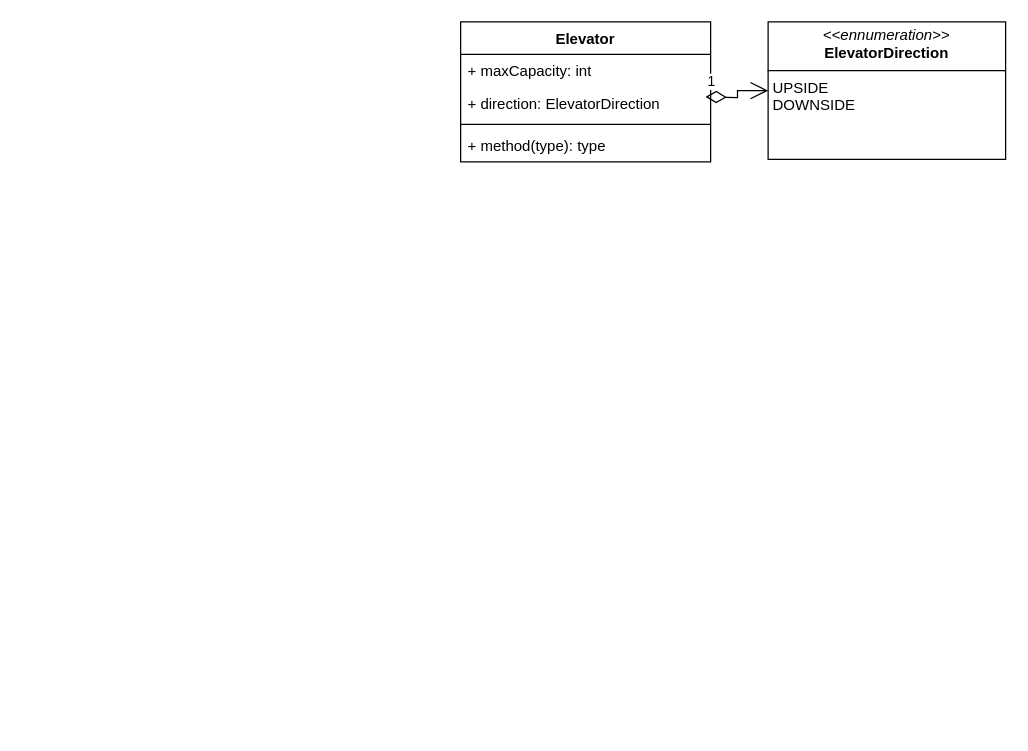
Earlier version of the draw.io diagram Elevator.drawio (MANIKANTAABBURI/ScalerLLD3DrawIO). Source tidied: cells renumbered, new cells numbered last; positions are measured from the earlier drawing's top-left corner, leaving out a move shared by most shapes. Both pictures are drawn from the tidied source at 125%, with x=0, y=0 at pixel (460, 21).
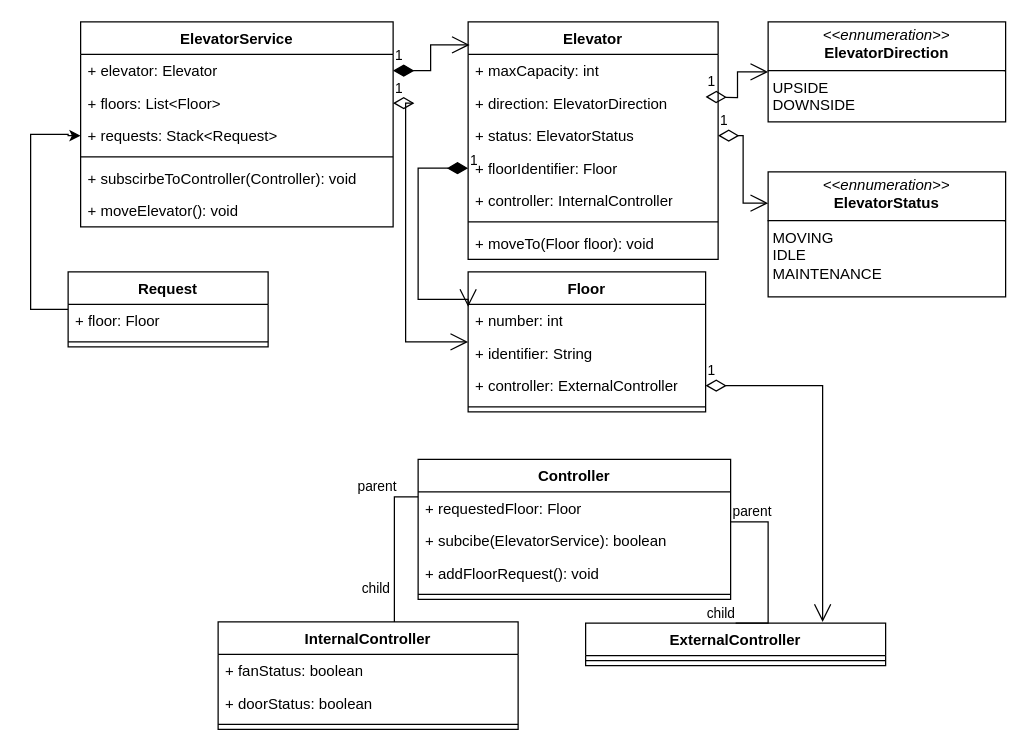
After the change.

Change to the diagram source:
```diff
@@
     <mxCell id="2" value="Elevator" style="swimlane;fontStyle=1;align=center;verticalAlign=top;horizontal=1;startSize=26;whiteSpace=wrap;html=1;" parent="1" vertex="1">
-      <mxGeometry width="200" height="112" as="geometry" />
+      <mxGeometry x="6" width="200" height="190" as="geometry" />
     </mxCell>
@@
+    <mxCell id="9" value="+ status: ElevatorStatus" style="text;strokeColor=none;fillColor=none;align=left;verticalAlign=top;spacingLeft=4;spacingRight=4;overflow=hidden;points=[[0,0.5],[1,0.5]];portConstraint=eastwest;whiteSpace=wrap;html=1;" parent="2" vertex="1">
+      <mxGeometry y="78" width="200" height="26" as="geometry" />
+    </mxCell>
+    <mxCell id="10" value="+ floorIdentifier: Floor" style="text;strokeColor=none;fillColor=none;align=left;verticalAlign=top;spacingLeft=4;spacingRight=4;overflow=hidden;points=[[0,0.5],[1,0.5]];portConstraint=eastwest;whiteSpace=wrap;html=1;" parent="2" vertex="1">
+      <mxGeometry y="104" width="200" height="26" as="geometry" />
+    </mxCell>
+    <mxCell id="11" value="+ controller: InternalController" style="text;strokeColor=none;fillColor=none;align=left;verticalAlign=top;spacingLeft=4;spacingRight=4;overflow=hidden;whiteSpace=wrap;html=1;" parent="2" vertex="1">
+      <mxGeometry y="130" width="200" height="26" as="geometry" />
+    </mxCell>
     <mxCell id="5" style="line;strokeWidth=1;fillColor=none;align=left;verticalAlign=middle;spacingTop=-1;spacingLeft=3;spacingRight=3;labelPosition=right;strokeColor=inherit;" parent="2" vertex="1">
-      <mxGeometry y="78" width="200" height="8" as="geometry" />
+      <mxGeometry y="156" width="200" height="8" as="geometry" />
     </mxCell>
-    <mxCell id="6" value="+ method(type): type" style="text;strokeColor=none;fillColor=none;align=left;verticalAlign=top;spacingLeft=4;spacingRight=4;overflow=hidden;whiteSpace=wrap;html=1;" parent="2" vertex="1">
-      <mxGeometry y="86" width="200" height="26" as="geometry" />
+    <mxCell id="6" value="+ moveTo(Floor floor): void" style="text;strokeColor=none;fillColor=none;align=left;verticalAlign=top;spacingLeft=4;spacingRight=4;overflow=hidden;whiteSpace=wrap;html=1;" parent="2" vertex="1">
+      <mxGeometry y="164" width="200" height="26" as="geometry" />
     </mxCell>
     <mxCell id="7" value="&lt;p style=&quot;margin:0px;margin-top:4px;text-align:center;&quot;&gt;&lt;i&gt;&amp;lt;&amp;lt;ennumeration&amp;gt;&amp;gt;&lt;/i&gt;&lt;br&gt;&lt;b&gt;ElevatorDirection&lt;/b&gt;&lt;/p&gt;&lt;hr size=&quot;1&quot; style=&quot;border-style:solid;&quot;&gt;&lt;p style=&quot;margin:0px;margin-left:4px;&quot;&gt;UPSIDE&lt;/p&gt;&lt;p style=&quot;margin:0px;margin-left:4px;&quot;&gt;DOWNSIDE&lt;/p&gt;" style="verticalAlign=top;align=left;overflow=fill;html=1;whiteSpace=wrap;" parent="1" vertex="1">
-      <mxGeometry x="246" width="190" height="110" as="geometry" />
+      <mxGeometry x="246" width="190" height="80" as="geometry" />
     </mxCell>
@@
+    <mxCell id="12" value="&lt;p style=&quot;margin:0px;margin-top:4px;text-align:center;&quot;&gt;&lt;i&gt;&amp;lt;&amp;lt;ennumeration&amp;gt;&amp;gt;&lt;/i&gt;&lt;br&gt;&lt;b&gt;ElevatorStatus&lt;/b&gt;&lt;/p&gt;&lt;hr size=&quot;1&quot; style=&quot;border-style:solid;&quot;&gt;&lt;p style=&quot;margin:0px;margin-left:4px;&quot;&gt;MOVING&lt;/p&gt;&lt;p style=&quot;margin:0px;margin-left:4px;&quot;&gt;IDLE&lt;/p&gt;&lt;p style=&quot;margin:0px;margin-left:4px;&quot;&gt;MAINTENANCE&lt;/p&gt;" style="verticalAlign=top;align=left;overflow=fill;html=1;whiteSpace=wrap;" parent="1" vertex="1">
+      <mxGeometry x="246" y="120" width="190" height="100" as="geometry" />
+    </mxCell>
+    <mxCell id="13" value="1" style="endArrow=open;html=1;endSize=12;startArrow=diamondThin;startSize=14;startFill=0;edgeStyle=orthogonalEdgeStyle;align=left;verticalAlign=bottom;rounded=0;entryX=0;entryY=0.25;entryDx=0;entryDy=0;" parent="1" edge="1" source="9" target="12">
+      <mxGeometry x="-1" y="3" relative="1" as="geometry" />
+    </mxCell>
+    <mxCell id="14" value="Floor" style="swimlane;fontStyle=1;align=center;verticalAlign=top;horizontal=1;startSize=26;whiteSpace=wrap;html=1;" parent="1" vertex="1">
+      <mxGeometry x="6" y="200" width="190" height="112" as="geometry" />
+    </mxCell>
+    <mxCell id="15" value="+ number: int" style="text;strokeColor=none;fillColor=none;align=left;verticalAlign=top;spacingLeft=4;spacingRight=4;overflow=hidden;whiteSpace=wrap;html=1;" parent="14" vertex="1">
+      <mxGeometry y="26" width="190" height="26" as="geometry" />
+    </mxCell>
+    <mxCell id="16" value="+ identifier: String" style="text;strokeColor=none;fillColor=none;align=left;verticalAlign=top;spacingLeft=4;spacingRight=4;overflow=hidden;whiteSpace=wrap;html=1;" parent="14" vertex="1">
+      <mxGeometry y="52" width="190" height="26" as="geometry" />
+    </mxCell>
+    <mxCell id="17" value="+ controller: ExternalController" style="text;strokeColor=none;fillColor=none;align=left;verticalAlign=top;spacingLeft=4;spacingRight=4;overflow=hidden;points=[[0,0.5],[1,0.5]];portConstraint=eastwest;whiteSpace=wrap;html=1;" parent="14" vertex="1">
+      <mxGeometry y="78" width="190" height="26" as="geometry" />
+    </mxCell>
+    <mxCell id="18" style="line;strokeWidth=1;fillColor=none;align=left;verticalAlign=middle;spacingTop=-1;spacingLeft=3;spacingRight=3;labelPosition=right;strokeColor=inherit;" parent="14" vertex="1">
+      <mxGeometry y="104" width="190" height="8" as="geometry" />
+    </mxCell>
+    <mxCell id="19" value="1" style="endArrow=open;html=1;endSize=12;startArrow=diamondThin;startSize=14;startFill=1;edgeStyle=orthogonalEdgeStyle;align=left;verticalAlign=bottom;rounded=0;entryX=0;entryY=0.25;entryDx=0;entryDy=0;" parent="1" edge="1" source="10" target="14">
+      <mxGeometry x="-1" y="3" relative="1" as="geometry">
+        <Array as="points">
+          <mxPoint x="-34" y="117" />
+          <mxPoint x="-34" y="222" />
+        </Array>
+      </mxGeometry>
+    </mxCell>
+    <mxCell id="20" value="Controller" style="swimlane;fontStyle=1;align=center;verticalAlign=top;horizontal=1;startSize=26;whiteSpace=wrap;html=1;" parent="1" vertex="1">
+      <mxGeometry x="-34" y="350" width="250" height="112" as="geometry" />
+    </mxCell>
+    <mxCell id="21" value="+ requestedFloor: Floor" style="text;strokeColor=none;fillColor=none;align=left;verticalAlign=top;spacingLeft=4;spacingRight=4;overflow=hidden;whiteSpace=wrap;html=1;" parent="20" vertex="1">
+      <mxGeometry y="26" width="250" height="26" as="geometry" />
+    </mxCell>
+    <mxCell id="22" value="+ subcibe(ElevatorService): boolean" style="text;strokeColor=none;fillColor=none;align=left;verticalAlign=top;spacingLeft=4;spacingRight=4;overflow=hidden;whiteSpace=wrap;html=1;" parent="20" vertex="1">
+      <mxGeometry y="52" width="250" height="26" as="geometry" />
+    </mxCell>
+    <mxCell id="23" value="+ addFloorRequest(): void" style="text;strokeColor=none;fillColor=none;align=left;verticalAlign=top;spacingLeft=4;spacingRight=4;overflow=hidden;whiteSpace=wrap;html=1;" parent="20" vertex="1">
+      <mxGeometry y="78" width="250" height="26" as="geometry" />
+    </mxCell>
+    <mxCell id="24" style="line;strokeWidth=1;fillColor=none;align=left;verticalAlign=middle;spacingTop=-1;spacingLeft=3;spacingRight=3;labelPosition=right;strokeColor=inherit;" parent="20" vertex="1">
+      <mxGeometry y="104" width="250" height="8" as="geometry" />
+    </mxCell>
+    <mxCell id="25" style="endArrow=none;html=1;edgeStyle=orthogonalEdgeStyle;rounded=0;entryX=0.575;entryY=0.009;entryDx=0;entryDy=0;entryPerimeter=0;" parent="1" edge="1" source="20" target="28">
+      <mxGeometry relative="1" as="geometry">
+        <Array as="points">
+          <mxPoint x="-53" y="380" />
+          <mxPoint x="-53" y="481" />
+        </Array>
+      </mxGeometry>
+    </mxCell>
+    <mxCell id="26" value="parent" style="edgeLabel;html=1;align=left;verticalAlign=bottom;" parent="25" vertex="1">
+      <mxGeometry x="-1" relative="1" as="geometry">
+        <mxPoint x="-50" as="offset" />
+      </mxGeometry>
+    </mxCell>
+    <mxCell id="27" value="child" style="edgeLabel;html=1;align=right;verticalAlign=bottom;" parent="25" vertex="1">
+      <mxGeometry x="1" relative="1" as="geometry">
+        <mxPoint y="-20" as="offset" />
+      </mxGeometry>
+    </mxCell>
+    <mxCell id="28" value="InternalController" style="swimlane;fontStyle=1;align=center;verticalAlign=top;horizontal=1;startSize=26;whiteSpace=wrap;html=1;" parent="1" vertex="1">
+      <mxGeometry x="-194" y="480" width="240" height="86" as="geometry" />
+    </mxCell>
+    <mxCell id="29" value="+ fanStatus: boolean" style="text;strokeColor=none;fillColor=none;align=left;verticalAlign=top;spacingLeft=4;spacingRight=4;overflow=hidden;whiteSpace=wrap;html=1;" parent="28" vertex="1">
+      <mxGeometry y="26" width="240" height="26" as="geometry" />
+    </mxCell>
+    <mxCell id="30" value="+ doorStatus: boolean" style="text;strokeColor=none;fillColor=none;align=left;verticalAlign=top;spacingLeft=4;spacingRight=4;overflow=hidden;whiteSpace=wrap;html=1;" parent="28" vertex="1">
+      <mxGeometry y="52" width="240" height="26" as="geometry" />
+    </mxCell>
+    <mxCell id="31" style="line;strokeWidth=1;fillColor=none;align=left;verticalAlign=middle;spacingTop=-1;spacingLeft=3;spacingRight=3;labelPosition=right;strokeColor=inherit;" parent="28" vertex="1">
+      <mxGeometry y="78" width="240" height="8" as="geometry" />
+    </mxCell>
+    <mxCell id="32" value="ExternalController" style="swimlane;fontStyle=1;align=center;verticalAlign=top;horizontal=1;startSize=26;whiteSpace=wrap;html=1;" parent="1" vertex="1">
+      <mxGeometry x="100" y="481" width="240" height="34" as="geometry" />
+    </mxCell>
+    <mxCell id="33" style="line;strokeWidth=1;fillColor=none;align=left;verticalAlign=middle;spacingTop=-1;spacingLeft=3;spacingRight=3;labelPosition=right;strokeColor=inherit;" parent="32" vertex="1">
+      <mxGeometry y="26" width="240" height="8" as="geometry" />
+    </mxCell>
+    <mxCell id="34" style="endArrow=none;html=1;edgeStyle=orthogonalEdgeStyle;rounded=0;entryX=0.5;entryY=0;entryDx=0;entryDy=0;" parent="1" edge="1" source="20" target="32">
+      <mxGeometry relative="1" as="geometry">
+        <Array as="points">
+          <mxPoint x="246" y="400" />
+          <mxPoint x="246" y="481" />
+        </Array>
+      </mxGeometry>
+    </mxCell>
+    <mxCell id="35" value="parent" style="edgeLabel;html=1;align=left;verticalAlign=bottom;" parent="34" vertex="1">
+      <mxGeometry x="-1" relative="1" as="geometry" />
+    </mxCell>
+    <mxCell id="36" value="child" style="edgeLabel;html=1;align=right;verticalAlign=bottom;" parent="34" vertex="1">
+      <mxGeometry x="1" relative="1" as="geometry" />
+    </mxCell>
+    <mxCell id="37" value="1" style="endArrow=open;html=1;endSize=12;startArrow=diamondThin;startSize=14;startFill=0;edgeStyle=orthogonalEdgeStyle;align=left;verticalAlign=bottom;rounded=0;entryX=0.79;entryY=-0.029;entryDx=0;entryDy=0;entryPerimeter=0;" parent="1" edge="1" source="17" target="32">
+      <mxGeometry x="-1" y="3" relative="1" as="geometry" />
+    </mxCell>
+    <mxCell id="38" value="ElevatorService" style="swimlane;fontStyle=1;align=center;verticalAlign=top;horizontal=1;startSize=26;whiteSpace=wrap;html=1;" parent="1" vertex="1">
+      <mxGeometry x="-304" width="250" height="164" as="geometry" />
+    </mxCell>
+    <mxCell id="39" value="+ elevator: Elevator" style="text;strokeColor=none;fillColor=none;align=left;verticalAlign=top;spacingLeft=4;spacingRight=4;overflow=hidden;points=[[0,0.5],[1,0.5]];portConstraint=eastwest;whiteSpace=wrap;html=1;" parent="38" vertex="1">
+      <mxGeometry y="26" width="250" height="26" as="geometry" />
+    </mxCell>
+    <mxCell id="40" value="+ floors: List&amp;lt;Floor&amp;gt;" style="text;strokeColor=none;fillColor=none;align=left;verticalAlign=top;spacingLeft=4;spacingRight=4;overflow=hidden;points=[[0,0.5],[1,0.5]];portConstraint=eastwest;whiteSpace=wrap;html=1;" parent="38" vertex="1">
+      <mxGeometry y="52" width="250" height="26" as="geometry" />
+    </mxCell>
+    <mxCell id="41" value="+ requests: Stack&amp;lt;Request&amp;gt;" style="text;strokeColor=none;fillColor=none;align=left;verticalAlign=top;spacingLeft=4;spacingRight=4;overflow=hidden;points=[[0,0.5],[1,0.5]];portConstraint=eastwest;whiteSpace=wrap;html=1;" parent="38" vertex="1">
+      <mxGeometry y="78" width="250" height="26" as="geometry" />
+    </mxCell>
+    <mxCell id="42" style="line;strokeWidth=1;fillColor=none;align=left;verticalAlign=middle;spacingTop=-1;spacingLeft=3;spacingRight=3;labelPosition=right;strokeColor=inherit;" parent="38" vertex="1">
+      <mxGeometry y="104" width="250" height="8" as="geometry" />
+    </mxCell>
+    <mxCell id="43" value="+ subscirbeToController(Controller): void" style="text;strokeColor=none;fillColor=none;align=left;verticalAlign=top;spacingLeft=4;spacingRight=4;overflow=hidden;whiteSpace=wrap;html=1;" parent="38" vertex="1">
+      <mxGeometry y="112" width="250" height="26" as="geometry" />
+    </mxCell>
+    <mxCell id="44" value="+ moveElevator(): void" style="text;strokeColor=none;fillColor=none;align=left;verticalAlign=top;spacingLeft=4;spacingRight=4;overflow=hidden;whiteSpace=wrap;html=1;" parent="38" vertex="1">
+      <mxGeometry y="138" width="250" height="26" as="geometry" />
+    </mxCell>
+    <mxCell id="45" value="Request" style="swimlane;fontStyle=1;align=center;verticalAlign=top;horizontal=1;startSize=26;whiteSpace=wrap;html=1;" parent="1" vertex="1">
+      <mxGeometry x="-314" y="200" width="160" height="60" as="geometry" />
+    </mxCell>
+    <mxCell id="46" value="+ floor: Floor" style="text;strokeColor=none;fillColor=none;align=left;verticalAlign=top;spacingLeft=4;spacingRight=4;overflow=hidden;whiteSpace=wrap;html=1;" parent="45" vertex="1">
+      <mxGeometry y="26" width="160" height="26" as="geometry" />
+    </mxCell>
+    <mxCell id="47" style="line;strokeWidth=1;fillColor=none;align=left;verticalAlign=middle;spacingTop=-1;spacingLeft=3;spacingRight=3;labelPosition=right;strokeColor=inherit;" parent="45" vertex="1">
+      <mxGeometry y="52" width="160" height="8" as="geometry" />
+    </mxCell>
+    <mxCell id="48" style="edgeStyle=orthogonalEdgeStyle;rounded=0;jettySize=auto;html=1;entryX=0;entryY=0.5;entryDx=0;entryDy=0;" parent="1" edge="1" target="41">
+      <mxGeometry relative="1" as="geometry">
+        <mxPoint x="-314" y="230" as="sourcePoint" />
+        <Array as="points">
+          <mxPoint x="-344" y="230" />
+          <mxPoint x="-344" y="90" />
+          <mxPoint x="-314" y="90" />
+        </Array>
+      </mxGeometry>
+    </mxCell>
+    <mxCell id="49" value="1" style="endArrow=open;html=1;endSize=12;startArrow=diamondThin;startSize=14;startFill=1;edgeStyle=orthogonalEdgeStyle;align=left;verticalAlign=bottom;rounded=0;entryX=0.006;entryY=0.097;entryDx=0;entryDy=0;entryPerimeter=0;" parent="1" edge="1" source="39" target="2">
+      <mxGeometry x="-1" y="3" relative="1" as="geometry" />
+    </mxCell>
+    <mxCell id="50" value="1" style="endArrow=open;html=1;endSize=12;startArrow=diamondThin;startSize=14;startFill=0;edgeStyle=orthogonalEdgeStyle;align=left;verticalAlign=bottom;rounded=0;" parent="1" edge="1" source="40" target="14">
+      <mxGeometry x="-1" y="3" relative="1" as="geometry">
+        <Array as="points">
+          <mxPoint x="-44" y="65" />
+          <mxPoint x="-44" y="256" />
+        </Array>
+      </mxGeometry>
+    </mxCell>
```
